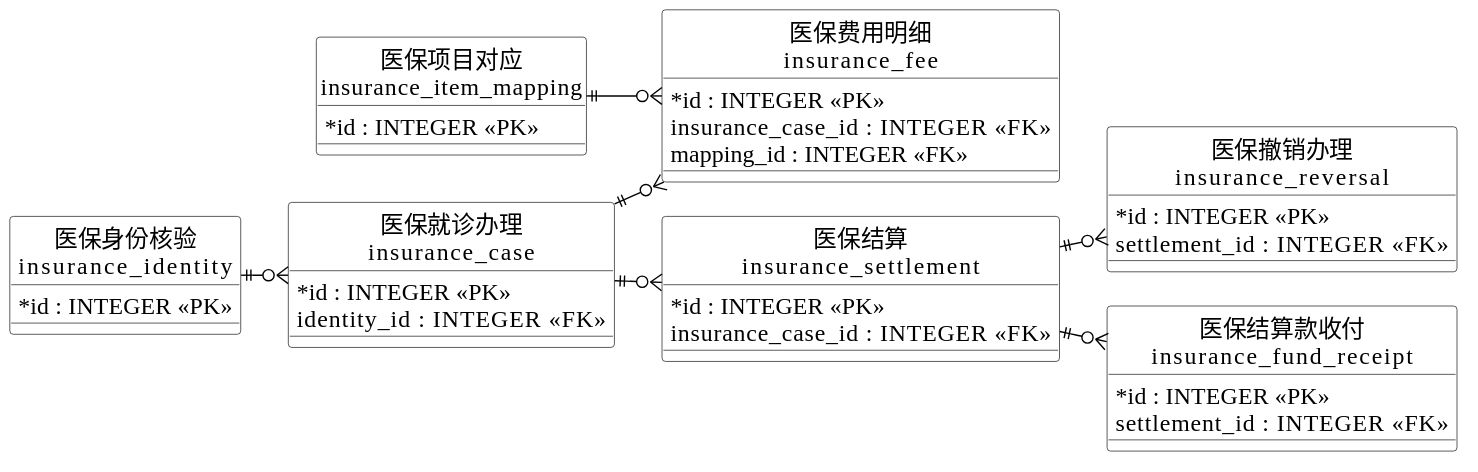
The PlantUML diagram 01-需求文档/diagrams/integrated-20261019/database-region-9.svg in Shawmc-creator/systemAnalyseAndDesign, before a commit. Its source is kept beside it as 01-需求文档/diagrams/integrated-20261019/database-region-9.puml. Source of this version:
```plantuml
@startuml
skinparam backgroundColor white
skinparam shadowing false
skinparam defaultFontName SimSun
skinparam defaultFontSize 17
skinparam ArrowColor black
skinparam ClassBackgroundColor white
skinparam ActorBackgroundColor white
skinparam BoundaryBackgroundColor white
skinparam ControlBackgroundColor white
skinparam EntityBackgroundColor white
skinparam NoteBackgroundColor white
skinparam NoteBorderColor black
skinparam classAttributeIconSize 0
skinparam nodesep 24
skinparam ranksep 34
hide circle
left to right direction
entity "医保身份核验\ninsurance_identity" as insurance_identity {
* id : INTEGER <<PK>>
}
entity "医保项目对应\ninsurance_item_mapping" as insurance_item_mapping {
* id : INTEGER <<PK>>
}
entity "医保就诊办理\ninsurance_case" as insurance_case {
* id : INTEGER <<PK>>
 identity_id : INTEGER <<FK>>
}
entity "医保费用明细\ninsurance_fee" as insurance_fee {
* id : INTEGER <<PK>>
 insurance_case_id : INTEGER <<FK>>
 mapping_id : INTEGER <<FK>>
}
entity "医保结算\ninsurance_settlement" as insurance_settlement {
* id : INTEGER <<PK>>
 insurance_case_id : INTEGER <<FK>>
}
entity "医保撤销办理\ninsurance_reversal" as insurance_reversal {
* id : INTEGER <<PK>>
 settlement_id : INTEGER <<FK>>
}
entity "医保结算款收付\ninsurance_fund_receipt" as insurance_fund_receipt {
* id : INTEGER <<PK>>
 settlement_id : INTEGER <<FK>>
}
insurance_identity ||--o{ insurance_case
insurance_case ||--o{ insurance_fee
insurance_item_mapping ||--o{ insurance_fee
insurance_case ||--o{ insurance_settlement
insurance_settlement ||--o{ insurance_reversal
insurance_settlement ||--o{ insurance_fund_receipt

@enduml
```
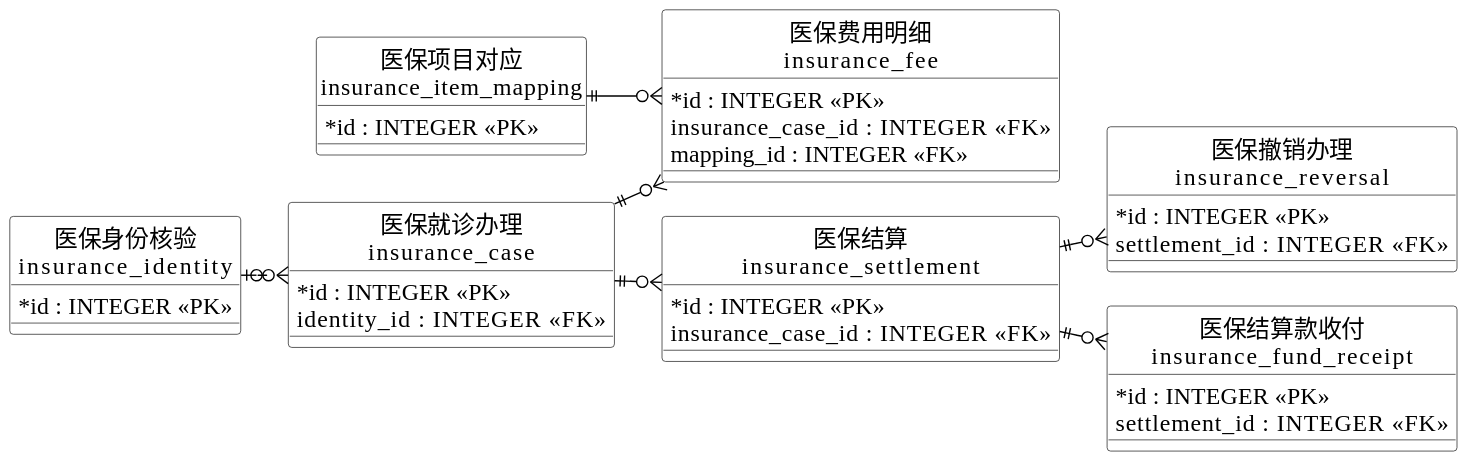
After the change.

The edit, as a diff of the source:
```diff
@@ -43,7 +43,7 @@
 * id : INTEGER <<PK>>
  settlement_id : INTEGER <<FK>>
 }
-insurance_identity ||--o{ insurance_case
+insurance_identity |o--o{ insurance_case
 insurance_case ||--o{ insurance_fee
 insurance_item_mapping ||--o{ insurance_fee
 insurance_case ||--o{ insurance_settlement
```
